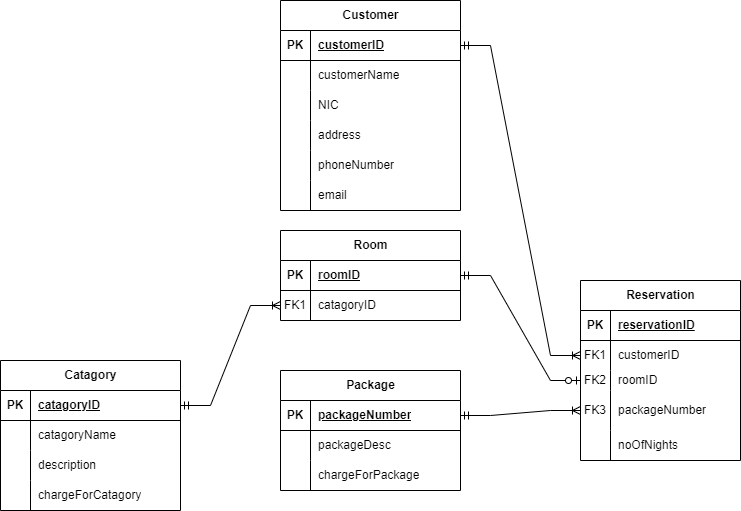
Before: relationalDataModel.png, a diagram exported from draw.io (ViyathAraliya/CMJD105_CourseWork02_ViyathAraliya). Source tidied: cells renumbered, new cells last; positions are measured from the earlier drawing's top-left corner, leaving out a move shared by most shapes.
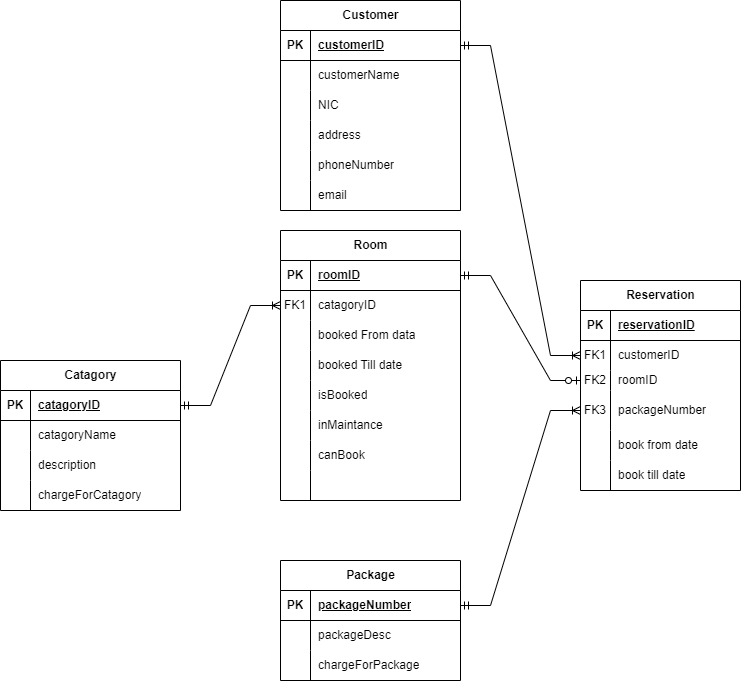
The same file after the commit.

Commit message:
updated relational data model and ERDiagram

The edit, as a diff of the source:
```diff
@@ -3,7 +3,7 @@
     <mxCell id="0" />
     <mxCell id="1" parent="0" />
     <mxCell id="2" value="Reservation" style="shape=table;startSize=30;rowLines=0;fontStyle=1;align=center;html=1;" parent="1" vertex="1">
-      <mxGeometry x="580" y="280" width="160" height="180" as="geometry" />
+      <mxGeometry x="580" y="280" width="160" height="210" as="geometry" />
     </mxCell>
     <mxCell id="3" style="shape=tableRow;horizontal=0;startSize=0;swimlaneHead=0;swimlaneBody=0;fillColor=none;top=0;left=0;right=0;bottom=1;" parent="2" vertex="1">
       <mxGeometry y="30" width="160" height="30" as="geometry" />
@@ -47,9 +47,18 @@
     <mxCell id="16" style="shape=partialRectangle;fillColor=none;top=0;left=0;bottom=0;right=0;overflow=hidden;whiteSpace=wrap;html=1;" parent="15" vertex="1">
       <mxGeometry width="30" height="30" as="geometry" />
     </mxCell>
-    <mxCell id="17" value="noOfNights" style="shape=partialRectangle;fillColor=none;top=0;left=0;bottom=0;right=0;align=left;spacingLeft=6;overflow=hidden;whiteSpace=wrap;html=1;" parent="15" vertex="1">
+    <mxCell id="17" value="book from date" style="shape=partialRectangle;fillColor=none;top=0;left=0;bottom=0;right=0;align=left;spacingLeft=6;overflow=hidden;whiteSpace=wrap;html=1;" parent="15" vertex="1">
       <mxGeometry x="30" width="130" height="30" as="geometry" />
     </mxCell>
+    <mxCell id="71" style="shape=tableRow;horizontal=0;startSize=0;swimlaneHead=0;swimlaneBody=0;fillColor=none;top=0;left=0;right=0;bottom=0;" parent="2" vertex="1">
+      <mxGeometry y="180" width="160" height="30" as="geometry" />
+    </mxCell>
+    <mxCell id="72" style="shape=partialRectangle;fillColor=none;top=0;left=0;bottom=0;right=0;overflow=hidden;whiteSpace=wrap;html=1;" parent="71" vertex="1">
+      <mxGeometry width="30" height="30" as="geometry" />
+    </mxCell>
+    <mxCell id="73" value="book till date" style="shape=partialRectangle;fillColor=none;top=0;left=0;bottom=0;right=0;align=left;spacingLeft=6;overflow=hidden;whiteSpace=wrap;html=1;" parent="71" vertex="1">
+      <mxGeometry x="30" width="130" height="30" as="geometry" />
+    </mxCell>
     <mxCell id="18" value="Customer" style="shape=table;startSize=30;rowLines=0;fontStyle=1;align=center;html=1;" parent="1" vertex="1">
       <mxGeometry x="280" width="180" height="210" as="geometry" />
     </mxCell>
@@ -111,7 +120,7 @@
       <mxGeometry relative="1" as="geometry" />
     </mxCell>
     <mxCell id="38" value="Room" style="shape=table;startSize=30;rowLines=0;fontStyle=1;align=center;html=1;" parent="1" vertex="1">
-      <mxGeometry x="280" y="230" width="180" height="90" as="geometry" />
+      <mxGeometry x="280" y="230" width="180" height="270" as="geometry" />
     </mxCell>
     <mxCell id="39" style="shape=tableRow;horizontal=0;startSize=0;swimlaneHead=0;swimlaneBody=0;fillColor=none;points=[[0,0.5],[1,0.5]];portConstraint=eastwest;top=0;left=0;right=0;bottom=1;" parent="38" vertex="1">
       <mxGeometry y="30" width="180" height="30" as="geometry" />
@@ -131,6 +140,60 @@
     <mxCell id="44" value="catagoryID" style="shape=partialRectangle;fillColor=none;top=0;left=0;bottom=0;right=0;align=left;spacingLeft=6;overflow=hidden;whiteSpace=wrap;html=1;" parent="42" vertex="1">
       <mxGeometry x="30" width="150" height="30" as="geometry" />
     </mxCell>
+    <mxCell id="74" style="shape=tableRow;horizontal=0;startSize=0;swimlaneHead=0;swimlaneBody=0;fillColor=none;top=0;left=0;right=0;bottom=0;" parent="38" vertex="1">
+      <mxGeometry y="90" width="180" height="30" as="geometry" />
+    </mxCell>
+    <mxCell id="75" style="shape=partialRectangle;fillColor=none;top=0;left=0;bottom=0;right=0;overflow=hidden;whiteSpace=wrap;html=1;" parent="74" vertex="1">
+      <mxGeometry width="30" height="30" as="geometry" />
+    </mxCell>
+    <mxCell id="76" value="booked From data" style="shape=partialRectangle;fillColor=none;top=0;left=0;bottom=0;right=0;align=left;spacingLeft=6;overflow=hidden;whiteSpace=wrap;html=1;" parent="74" vertex="1">
+      <mxGeometry x="30" width="150" height="30" as="geometry" />
+    </mxCell>
+    <mxCell id="77" style="shape=tableRow;horizontal=0;startSize=0;swimlaneHead=0;swimlaneBody=0;fillColor=none;top=0;left=0;right=0;bottom=0;" parent="38" vertex="1">
+      <mxGeometry y="120" width="180" height="30" as="geometry" />
+    </mxCell>
+    <mxCell id="78" style="shape=partialRectangle;fillColor=none;top=0;left=0;bottom=0;right=0;overflow=hidden;whiteSpace=wrap;html=1;" parent="77" vertex="1">
+      <mxGeometry width="30" height="30" as="geometry" />
+    </mxCell>
+    <mxCell id="79" value="booked Till date" style="shape=partialRectangle;fillColor=none;top=0;left=0;bottom=0;right=0;align=left;spacingLeft=6;overflow=hidden;whiteSpace=wrap;html=1;" parent="77" vertex="1">
+      <mxGeometry x="30" width="150" height="30" as="geometry" />
+    </mxCell>
+    <mxCell id="80" style="shape=tableRow;horizontal=0;startSize=0;swimlaneHead=0;swimlaneBody=0;fillColor=none;top=0;left=0;right=0;bottom=0;" parent="38" vertex="1">
+      <mxGeometry y="150" width="180" height="30" as="geometry" />
+    </mxCell>
+    <mxCell id="81" style="shape=partialRectangle;fillColor=none;top=0;left=0;bottom=0;right=0;overflow=hidden;whiteSpace=wrap;html=1;" parent="80" vertex="1">
+      <mxGeometry width="30" height="30" as="geometry" />
+    </mxCell>
+    <mxCell id="82" value="isBooked" style="shape=partialRectangle;fillColor=none;top=0;left=0;bottom=0;right=0;align=left;spacingLeft=6;overflow=hidden;whiteSpace=wrap;html=1;" parent="80" vertex="1">
+      <mxGeometry x="30" width="150" height="30" as="geometry" />
+    </mxCell>
+    <mxCell id="83" style="shape=tableRow;horizontal=0;startSize=0;swimlaneHead=0;swimlaneBody=0;fillColor=none;top=0;left=0;right=0;bottom=0;" parent="38" vertex="1">
+      <mxGeometry y="180" width="180" height="30" as="geometry" />
+    </mxCell>
+    <mxCell id="84" style="shape=partialRectangle;fillColor=none;top=0;left=0;bottom=0;right=0;overflow=hidden;whiteSpace=wrap;html=1;" parent="83" vertex="1">
+      <mxGeometry width="30" height="30" as="geometry" />
+    </mxCell>
+    <mxCell id="85" value="inMaintance" style="shape=partialRectangle;fillColor=none;top=0;left=0;bottom=0;right=0;align=left;spacingLeft=6;overflow=hidden;whiteSpace=wrap;html=1;" parent="83" vertex="1">
+      <mxGeometry x="30" width="150" height="30" as="geometry" />
+    </mxCell>
+    <mxCell id="86" style="shape=tableRow;horizontal=0;startSize=0;swimlaneHead=0;swimlaneBody=0;fillColor=none;top=0;left=0;right=0;bottom=0;" parent="38" vertex="1">
+      <mxGeometry y="210" width="180" height="30" as="geometry" />
+    </mxCell>
+    <mxCell id="87" style="shape=partialRectangle;fillColor=none;top=0;left=0;bottom=0;right=0;overflow=hidden;whiteSpace=wrap;html=1;" parent="86" vertex="1">
+      <mxGeometry width="30" height="30" as="geometry" />
+    </mxCell>
+    <mxCell id="88" value="canBook" style="shape=partialRectangle;fillColor=none;top=0;left=0;bottom=0;right=0;align=left;spacingLeft=6;overflow=hidden;whiteSpace=wrap;html=1;" parent="86" vertex="1">
+      <mxGeometry x="30" width="150" height="30" as="geometry" />
+    </mxCell>
+    <mxCell id="89" style="shape=tableRow;horizontal=0;startSize=0;swimlaneHead=0;swimlaneBody=0;fillColor=none;top=0;left=0;right=0;bottom=0;" parent="38" vertex="1">
+      <mxGeometry y="240" width="180" height="30" as="geometry" />
+    </mxCell>
+    <mxCell id="90" style="shape=partialRectangle;fillColor=none;top=0;left=0;bottom=0;right=0;overflow=hidden;whiteSpace=wrap;html=1;" parent="89" vertex="1">
+      <mxGeometry width="30" height="30" as="geometry" />
+    </mxCell>
+    <mxCell id="91" style="shape=partialRectangle;fillColor=none;top=0;left=0;bottom=0;right=0;align=left;spacingLeft=6;overflow=hidden;whiteSpace=wrap;html=1;" parent="89" vertex="1">
+      <mxGeometry x="30" width="150" height="30" as="geometry" />
+    </mxCell>
     <mxCell id="45" style="edgeStyle=entityRelationEdgeStyle;fontSize=12;html=1;endArrow=ERzeroToOne;startArrow=ERmandOne;rounded=0;entryX=0;entryY=0.5;entryDx=0;entryDy=0;" parent="1" edge="1" source="39" target="9">
       <mxGeometry relative="1" as="geometry" />
     </mxCell>
@@ -174,7 +237,7 @@
       <mxGeometry x="30" width="150" height="30" as="geometry" />
     </mxCell>
     <mxCell id="59" value="Package" style="shape=table;startSize=30;rowLines=0;fontStyle=1;align=center;html=1;" parent="1" vertex="1">
-      <mxGeometry x="280" y="370" width="180" height="120" as="geometry" />
+      <mxGeometry x="280" y="560" width="180" height="120" as="geometry" />
     </mxCell>
     <mxCell id="60" style="shape=tableRow;horizontal=0;startSize=0;swimlaneHead=0;swimlaneBody=0;fillColor=none;points=[[0,0.5],[1,0.5]];portConstraint=eastwest;top=0;left=0;right=0;bottom=1;" parent="59" vertex="1">
       <mxGeometry y="30" width="180" height="30" as="geometry" />
```
